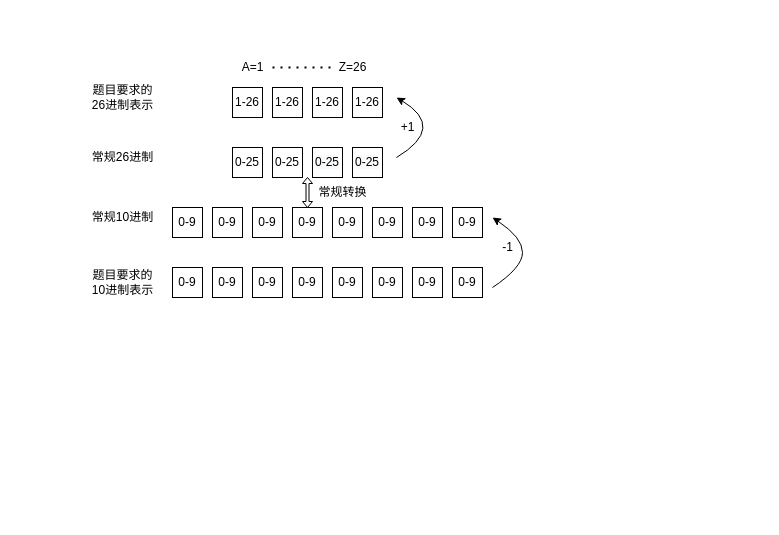
Earlier version of the draw.io diagram Untitled Diagram.drawio (jiejienidenuonuomi/nuonuomi). Source tidied: cells renumbered, new cells numbered last; positions are measured from the earlier drawing's top-left corner, leaving out a move shared by most shapes. Both pictures are drawn from the tidied source at 100%, with x=0, y=0 at pixel (82, 57).
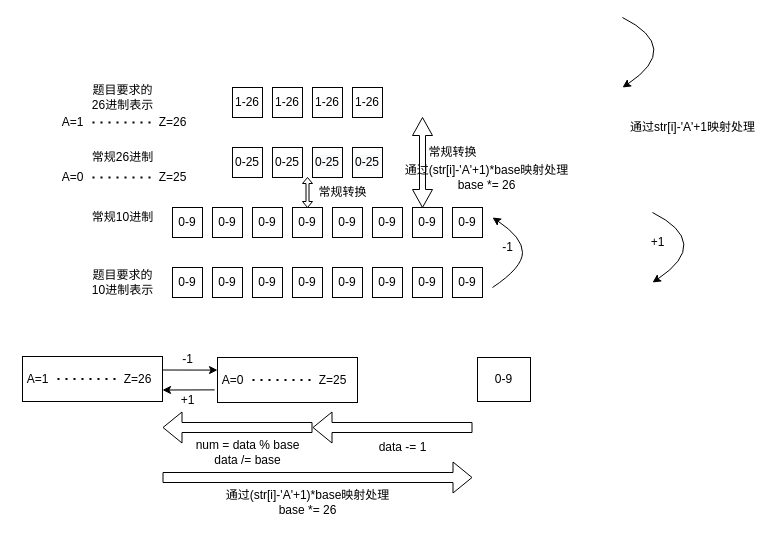
Above is the later version.

Change to the diagram source:
```diff
@@
     <mxCell id="6" style="endArrow=none;dashed=1;html=1;dashPattern=1 3;strokeWidth=2;rounded=0;" parent="1" edge="1">
       <mxGeometry relative="1" as="geometry">
-        <mxPoint x="190" y="10" as="sourcePoint" />
-        <mxPoint x="250" y="10" as="targetPoint" />
+        <mxPoint x="10" y="65" as="sourcePoint" />
+        <mxPoint x="70" y="65" as="targetPoint" />
       </mxGeometry>
     </mxCell>
     <mxCell id="7" value="A=1" style="text;html=1;align=center;verticalAlign=middle;fillColor=none;strokeColor=none;rounded=0;" parent="1" vertex="1">
-      <mxGeometry x="150" width="40" height="20" as="geometry" />
+      <mxGeometry x="-30" y="55" width="40" height="20" as="geometry" />
     </mxCell>
     <mxCell id="8" value="Z=26" style="text;html=1;align=center;verticalAlign=middle;fillColor=none;strokeColor=none;rounded=0;" parent="1" vertex="1">
-      <mxGeometry x="250" width="40" height="20" as="geometry" />
+      <mxGeometry x="70" y="55" width="40" height="20" as="geometry" />
     </mxCell>
@@
     <mxCell id="24" style="curved=1;endArrow=classic;html=1;rounded=0;" parent="1" edge="1">
       <mxGeometry relative="1" as="geometry">
-        <mxPoint x="314" y="100" as="sourcePoint" />
-        <mxPoint x="314" y="40" as="targetPoint" />
+        <mxPoint x="570" y="155" as="sourcePoint" />
+        <mxPoint x="570" y="225" as="targetPoint" />
         <Array as="points">
-          <mxPoint x="364" y="70" />
+          <mxPoint x="630" y="185" />
         </Array>
       </mxGeometry>
     </mxCell>
@@
     <mxCell id="26" value="+1" style="text;html=1;align=center;verticalAlign=middle;fillColor=none;strokeColor=none;rounded=0;" parent="1" vertex="1">
-      <mxGeometry x="310" y="60" width="30" height="20" as="geometry" />
+      <mxGeometry x="560" y="175" width="30" height="20" as="geometry" />
     </mxCell>
@@
+    <mxCell id="39" style="endArrow=none;dashed=1;html=1;dashPattern=1 3;strokeWidth=2;rounded=0;" parent="1" edge="1">
+      <mxGeometry relative="1" as="geometry">
+        <mxPoint x="10" y="120" as="sourcePoint" />
+        <mxPoint x="70" y="120" as="targetPoint" />
+      </mxGeometry>
+    </mxCell>
+    <mxCell id="40" value="A=0" style="text;html=1;align=center;verticalAlign=middle;fillColor=none;strokeColor=none;rounded=0;" parent="1" vertex="1">
+      <mxGeometry x="-30" y="110" width="40" height="20" as="geometry" />
+    </mxCell>
+    <mxCell id="41" value="Z=25" style="text;html=1;align=center;verticalAlign=middle;fillColor=none;strokeColor=none;rounded=0;" parent="1" vertex="1">
+      <mxGeometry x="70" y="110" width="40" height="20" as="geometry" />
+    </mxCell>
+    <mxCell id="42" style="curved=1;endArrow=classic;html=1;rounded=0;" parent="1" edge="1">
+      <mxGeometry relative="1" as="geometry">
+        <mxPoint x="540" y="-40" as="sourcePoint" />
+        <mxPoint x="540" y="30" as="targetPoint" />
+        <Array as="points">
+          <mxPoint x="600" y="-10" />
+        </Array>
+      </mxGeometry>
+    </mxCell>
+    <mxCell id="43" value="通过str[i]-'A'+1映射处理" style="text;html=1;align=center;verticalAlign=middle;fillColor=none;strokeColor=none;rounded=0;" parent="1" vertex="1">
+      <mxGeometry x="540" y="60" width="140" height="20" as="geometry" />
+    </mxCell>
+    <mxCell id="44" style="shape=doubleArrow;direction=south;whiteSpace=wrap;html=1;" parent="1" vertex="1">
+      <mxGeometry x="330" y="60" width="20" height="90" as="geometry" />
+    </mxCell>
+    <mxCell id="45" value="常规转换" style="text;html=1;align=center;verticalAlign=middle;fillColor=none;strokeColor=none;rounded=0;" parent="1" vertex="1">
+      <mxGeometry x="340" y="85" width="60" height="20" as="geometry" />
+    </mxCell>
+    <mxCell id="46" value="通过(str[i]-'A'+1)*base映射处理&lt;br&gt;base *= 26" style="text;html=1;align=center;verticalAlign=middle;fillColor=none;strokeColor=none;rounded=0;" parent="1" vertex="1">
+      <mxGeometry x="314" y="105" width="180" height="30" as="geometry" />
+    </mxCell>
+    <mxCell id="47" style="rounded=0;whiteSpace=wrap;html=1;" parent="1" vertex="1">
+      <mxGeometry x="-60" y="299" width="140" height="45" as="geometry" />
+    </mxCell>
+    <mxCell id="48" style="endArrow=none;dashed=1;html=1;dashPattern=1 3;strokeWidth=2;rounded=0;" parent="1" edge="1">
+      <mxGeometry relative="1" as="geometry">
+        <mxPoint x="-25" y="321.5" as="sourcePoint" />
+        <mxPoint x="35" y="321.5" as="targetPoint" />
+      </mxGeometry>
+    </mxCell>
+    <mxCell id="49" value="A=1" style="text;html=1;align=center;verticalAlign=middle;fillColor=none;strokeColor=none;rounded=0;" parent="1" vertex="1">
+      <mxGeometry x="-65" y="311.5" width="40" height="20" as="geometry" />
+    </mxCell>
+    <mxCell id="50" value="Z=26" style="text;html=1;align=center;verticalAlign=middle;fillColor=none;strokeColor=none;rounded=0;" parent="1" vertex="1">
+      <mxGeometry x="35" y="311.5" width="40" height="20" as="geometry" />
+    </mxCell>
+    <mxCell id="51" style="rounded=0;whiteSpace=wrap;html=1;" parent="1" vertex="1">
+      <mxGeometry x="135" y="300" width="140" height="45" as="geometry" />
+    </mxCell>
+    <mxCell id="52" style="endArrow=none;dashed=1;html=1;dashPattern=1 3;strokeWidth=2;rounded=0;" parent="1" edge="1">
+      <mxGeometry relative="1" as="geometry">
+        <mxPoint x="170" y="322.5" as="sourcePoint" />
+        <mxPoint x="230" y="322.5" as="targetPoint" />
+      </mxGeometry>
+    </mxCell>
+    <mxCell id="53" value="A=0" style="text;html=1;align=center;verticalAlign=middle;points=[];fillColor=none;strokeColor=none;rounded=0;" parent="1" vertex="1">
+      <mxGeometry x="130" y="312.5" width="40" height="20" as="geometry" />
+    </mxCell>
+    <mxCell id="54" value="Z=25" style="text;html=1;align=center;verticalAlign=middle;fillColor=none;strokeColor=none;rounded=0;" parent="1" vertex="1">
+      <mxGeometry x="230" y="312.5" width="40" height="20" as="geometry" />
+    </mxCell>
+    <mxCell id="55" value="0-9" style="rounded=0;whiteSpace=wrap;html=1;" parent="1" vertex="1">
+      <mxGeometry x="395" y="300" width="53" height="44" as="geometry" />
+    </mxCell>
+    <mxCell id="56" style="endArrow=classic;html=1;rounded=0;" parent="1" edge="1">
+      <mxGeometry relative="1" as="geometry">
+        <mxPoint x="80" y="312.5" as="sourcePoint" />
+        <mxPoint x="135" y="312.6" as="targetPoint" />
+      </mxGeometry>
+    </mxCell>
+    <mxCell id="57" style="endArrow=classic;html=1;rounded=0;exitX=0.054;exitY=0.994;exitDx=0;exitDy=0;exitPerimeter=0;" parent="1" edge="1" source="53">
+      <mxGeometry relative="1" as="geometry">
+        <mxPoint x="80" y="332.5" as="targetPoint" />
+      </mxGeometry>
+    </mxCell>
+    <mxCell id="58" value="-1" style="text;html=1;align=center;verticalAlign=middle;fillColor=none;strokeColor=none;rounded=0;" parent="1" vertex="1">
+      <mxGeometry x="90" y="291.5" width="30" height="20" as="geometry" />
+    </mxCell>
+    <mxCell id="59" value="+1" style="text;html=1;align=center;verticalAlign=middle;fillColor=none;strokeColor=none;rounded=0;" parent="1" vertex="1">
+      <mxGeometry x="90" y="332.5" width="30" height="20" as="geometry" />
+    </mxCell>
+    <mxCell id="60" value="通过(str[i]-'A'+1)*base映射处理&lt;br&gt;base *= 26" style="text;html=1;align=center;verticalAlign=middle;fillColor=none;strokeColor=none;rounded=0;" parent="1" vertex="1">
+      <mxGeometry x="135" y="430" width="180" height="30" as="geometry" />
+    </mxCell>
+    <mxCell id="61" value="num = data % base&lt;br&gt;data /= base" style="text;html=1;align=center;verticalAlign=middle;fillColor=none;strokeColor=none;rounded=0;" parent="1" vertex="1">
+      <mxGeometry x="105" y="380" width="120" height="30" as="geometry" />
+    </mxCell>
+    <mxCell id="62" style="shape=flexArrow;endArrow=classic;html=1;rounded=0;" parent="1" edge="1">
+      <mxGeometry relative="1" as="geometry">
+        <mxPoint x="80" y="420" as="sourcePoint" />
+        <mxPoint x="390" y="420" as="targetPoint" />
+      </mxGeometry>
+    </mxCell>
+    <mxCell id="63" value="data -= 1" style="text;html=1;align=center;verticalAlign=middle;fillColor=none;strokeColor=none;rounded=0;" parent="1" vertex="1">
+      <mxGeometry x="290" y="380" width="60" height="20" as="geometry" />
+    </mxCell>
+    <mxCell id="64" style="shape=flexArrow;endArrow=classic;html=1;rounded=0;" parent="1" edge="1">
+      <mxGeometry relative="1" as="geometry">
+        <mxPoint x="230" y="370" as="sourcePoint" />
+        <mxPoint x="80" y="370" as="targetPoint" />
+      </mxGeometry>
+    </mxCell>
+    <mxCell id="65" style="shape=flexArrow;endArrow=classic;html=1;rounded=0;" parent="1" edge="1">
+      <mxGeometry relative="1" as="geometry">
+        <mxPoint x="390" y="370" as="sourcePoint" />
+        <mxPoint x="230" y="370" as="targetPoint" />
+      </mxGeometry>
+    </mxCell>
```
